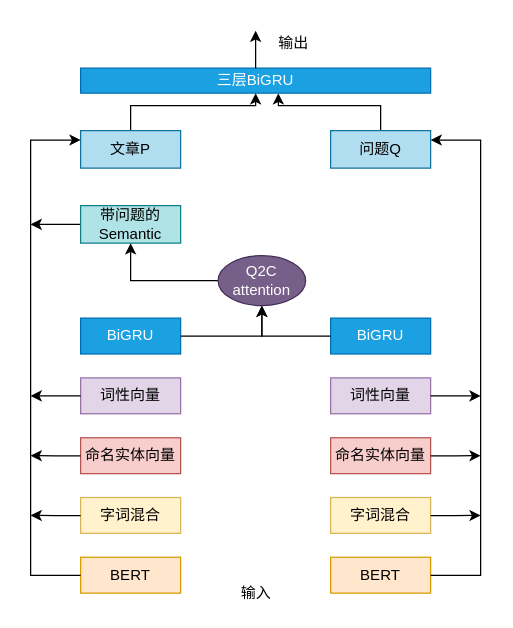
Above: page "第 5 页" (5 of 8) of 未命名绘图.drawio in DOLO520/data-analysis (draw.io), before the change. Source tidied: cells renumbered, new cells numbered last; positions are measured from the earlier drawing's top-left corner, leaving out a move shared by most shapes. Both pictures are drawn from the tidied source at 125%, with x=0, y=0 at pixel (30, 30).
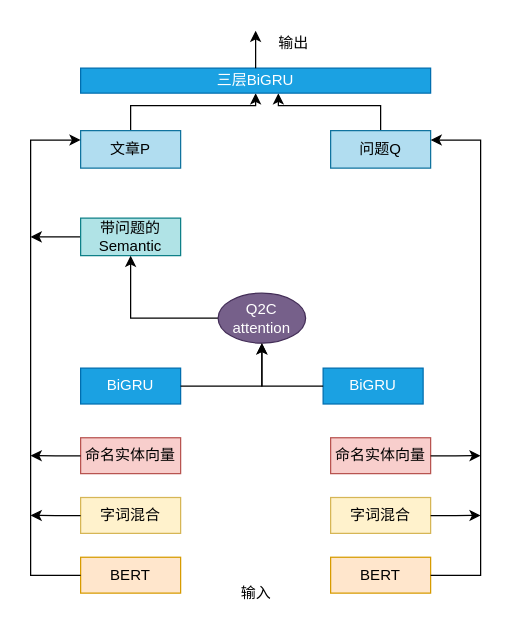
After the change.

The change refers to these unchanged cells:
```xml
<mxCell id="2" style="group;" parent="1" vertex="1">
  <mxGeometry x="40" y="230" width="80" height="220" as="geometry" />
</mxCell>
<mxCell id="8" style="group;" parent="1" vertex="1">
  <mxGeometry x="240" y="230" width="80" height="220" as="geometry" />
</mxCell>
```

What changed in the source:
```diff
@@
-    <mxCell id="6" value="词性向量" style="rounded=0;whiteSpace=wrap;html=1;fillColor=#e1d5e7;strokeColor=#9673a6;" parent="2" vertex="1">
-      <mxGeometry y="47.8" width="80" height="28.7" as="geometry" />
-    </mxCell>
     <mxCell id="7" value="BiGRU" style="rounded=0;whiteSpace=wrap;html=1;fillColor=#1ba1e2;strokeColor=#006EAF;fontColor=#ffffff;" parent="2" vertex="1">
-      <mxGeometry width="80" height="28.7" as="geometry" />
+      <mxGeometry y="40" width="80" height="28.7" as="geometry" />
     </mxCell>
@@
-    <mxCell id="12" value="词性向量" style="rounded=0;whiteSpace=wrap;html=1;fillColor=#e1d5e7;strokeColor=#9673a6;" parent="8" vertex="1">
-      <mxGeometry y="47.8" width="80" height="28.7" as="geometry" />
-    </mxCell>
     <mxCell id="13" value="BiGRU" style="rounded=0;whiteSpace=wrap;html=1;fillColor=#1ba1e2;strokeColor=#006EAF;fontColor=#ffffff;" parent="8" vertex="1">
-      <mxGeometry width="80" height="28.7" as="geometry" />
+      <mxGeometry x="-6" y="40" width="80" height="28.7" as="geometry" />
     </mxCell>
-    <mxCell id="14" style="edgeStyle=orthogonalEdgeStyle;rounded=0;jettySize=auto;html=1;" parent="1" edge="1" source="15">
-      <mxGeometry relative="1" as="geometry">
-        <mxPoint y="155" as="targetPoint" />
-      </mxGeometry>
-    </mxCell>
+    <mxCell id="36" style="edgeStyle=orthogonalEdgeStyle;rounded=0;jettySize=auto;html=1;" parent="1" edge="1" source="15">
+      <mxGeometry relative="1" as="geometry">
+        <mxPoint y="165" as="targetPoint" />
+      </mxGeometry>
+    </mxCell>
     <mxCell id="15" value="带问题的Semantic" style="rounded=0;whiteSpace=wrap;html=1;fillColor=#b0e3e6;strokeColor=#0e8088;" parent="1" vertex="1">
-      <mxGeometry x="40" y="140" width="80" height="30" as="geometry" />
+      <mxGeometry x="40" y="150" width="80" height="30" as="geometry" />
     </mxCell>
@@
-    <mxCell id="18" style="edgeStyle=orthogonalEdgeStyle;rounded=0;jettySize=auto;html=1;entryX=0.5;entryY=1;entryDx=0;entryDy=0;" parent="1" edge="1" source="19" target="15">
+    <mxCell id="18" style="edgeStyle=orthogonalEdgeStyle;rounded=0;jettySize=auto;html=1;" parent="1" edge="1" source="19" target="15">
       <mxGeometry relative="1" as="geometry" />
     </mxCell>
     <mxCell id="19" value="Q2C attention" style="ellipse;whiteSpace=wrap;html=1;fillColor=#76608a;strokeColor=#432D57;fontColor=#ffffff;" parent="1" vertex="1">
-      <mxGeometry x="150" y="180" width="70" height="40" as="geometry" />
+      <mxGeometry x="150" y="210" width="70" height="40" as="geometry" />
     </mxCell>
@@
-    <mxCell id="28" style="edgeStyle=orthogonalEdgeStyle;rounded=0;jettySize=auto;html=1;" parent="1" edge="1" source="6">
-      <mxGeometry relative="1" as="geometry">
-        <mxPoint y="292.2" as="targetPoint" />
-      </mxGeometry>
-    </mxCell>
@@
-    <mxCell id="35" style="edgeStyle=orthogonalEdgeStyle;rounded=0;jettySize=auto;html=1;" parent="1" edge="1" source="12">
-      <mxGeometry relative="1" as="geometry">
-        <mxPoint x="360" y="292.2" as="targetPoint" />
-      </mxGeometry>
-    </mxCell>
```
